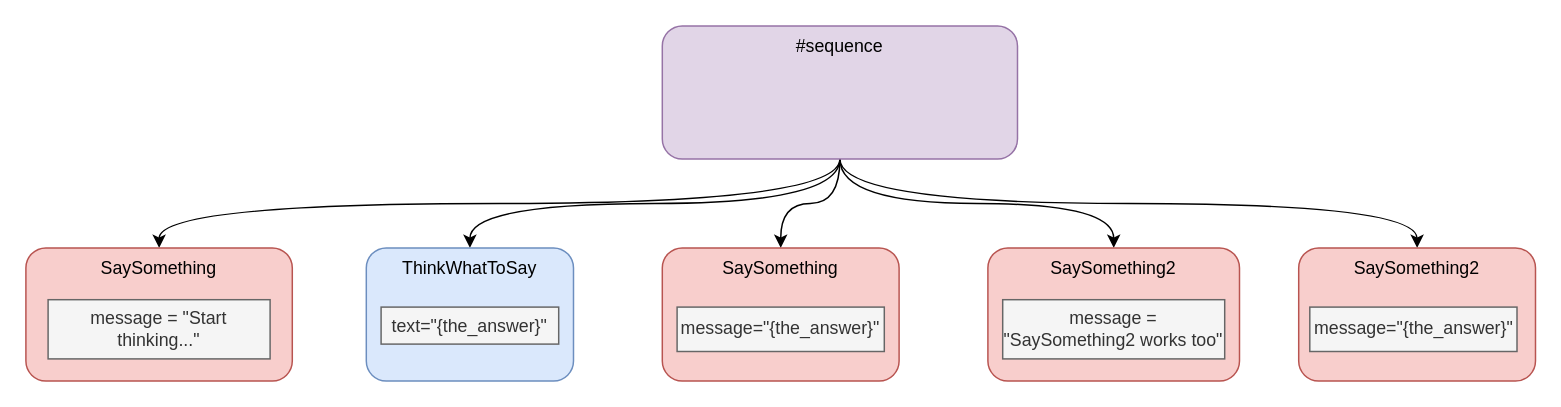
Earlier version of the draw.io diagram tree.drawio (guitarvydas/behavior_tree_to_cpp). Source tidied: cells renumbered, new cells numbered last; positions are measured from the earlier drawing's top-left corner, leaving out a move shared by most shapes. Both pictures are drawn from the tidied source at 148%, with x=0, y=0 at pixel (25, 25).
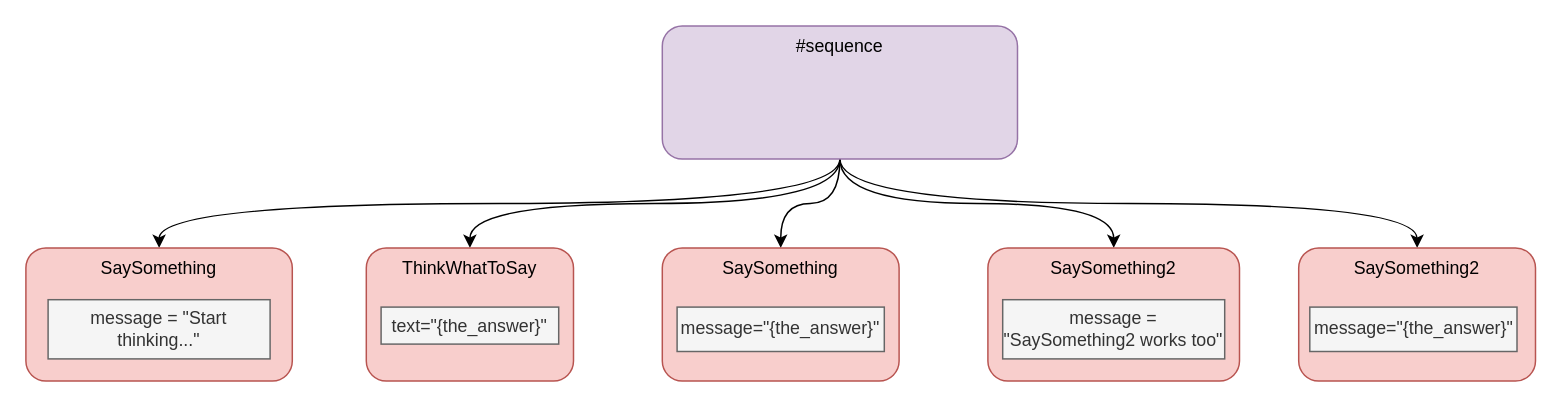
The same diagram, later.

Diff of the diagram source:
```diff
@@
 <mxGraphModel>
   <root>
     <mxCell id="0" />
     <mxCell id="1" parent="0" />
     <mxCell id="2" style="edgeStyle=orthogonalEdgeStyle;jettySize=auto;html=1;exitX=0.5;exitY=1;exitDx=0;exitDy=0;verticalAlign=top;curved=1;" parent="1" edge="1" source="7" target="8">
       <mxGeometry relative="1" as="geometry" />
     </mxCell>
     <mxCell id="3" style="edgeStyle=orthogonalEdgeStyle;jettySize=auto;html=1;exitX=0.5;exitY=1;exitDx=0;exitDy=0;curved=1;verticalAlign=top;" parent="1" edge="1" source="7" target="11">
       <mxGeometry relative="1" as="geometry" />
     </mxCell>
     <mxCell id="4" style="edgeStyle=orthogonalEdgeStyle;curved=1;jettySize=auto;html=1;exitX=0.5;exitY=1;exitDx=0;exitDy=0;entryX=0.5;entryY=0;entryDx=0;entryDy=0;verticalAlign=top;" parent="1" edge="1" source="7" target="12">
       <mxGeometry relative="1" as="geometry" />
     </mxCell>
     <mxCell id="5" style="edgeStyle=orthogonalEdgeStyle;curved=1;jettySize=auto;html=1;exitX=0.5;exitY=1;exitDx=0;exitDy=0;entryX=0.5;entryY=0;entryDx=0;entryDy=0;verticalAlign=top;" parent="1" edge="1" source="7" target="9">
       <mxGeometry relative="1" as="geometry" />
     </mxCell>
     <mxCell id="6" style="edgeStyle=orthogonalEdgeStyle;curved=1;jettySize=auto;html=1;exitX=0.5;exitY=1;exitDx=0;exitDy=0;entryX=0.5;entryY=0;entryDx=0;entryDy=0;verticalAlign=top;" parent="1" edge="1" source="7" target="10">
       <mxGeometry relative="1" as="geometry" />
     </mxCell>
     <mxCell id="7" value="#sequence" style="rounded=1;whiteSpace=wrap;html=1;verticalAlign=top;fillColor=#e1d5e7;strokeColor=#9673a6;" parent="1" vertex="1">
       <mxGeometry x="430" width="240" height="90" as="geometry" />
     </mxCell>
     <mxCell id="8" value="SaySomething" style="rounded=1;whiteSpace=wrap;html=1;verticalAlign=top;fillColor=#f8cecc;strokeColor=#b85450;" parent="1" vertex="1">
       <mxGeometry x="430" y="150" width="160" height="90" as="geometry" />
     </mxCell>
     <mxCell id="9" value="SaySomething2" style="rounded=1;whiteSpace=wrap;html=1;verticalAlign=top;fillColor=#f8cecc;strokeColor=#b85450;" parent="1" vertex="1">
       <mxGeometry x="650" y="150" width="170" height="90" as="geometry" />
     </mxCell>
     <mxCell id="10" value="SaySomething2" style="rounded=1;whiteSpace=wrap;html=1;verticalAlign=top;fillColor=#f8cecc;strokeColor=#b85450;" parent="1" vertex="1">
       <mxGeometry x="860" y="150" width="160" height="90" as="geometry" />
     </mxCell>
-    <mxCell id="11" value="ThinkWhatToSay" style="rounded=1;whiteSpace=wrap;html=1;verticalAlign=top;fillColor=#dae8fc;strokeColor=#6c8ebf;" parent="1" vertex="1">
+    <mxCell id="11" value="ThinkWhatToSay" style="rounded=1;whiteSpace=wrap;html=1;verticalAlign=top;fillColor=#f8cecc;strokeColor=#b85450;" parent="1" vertex="1">
       <mxGeometry x="230" y="150" width="140" height="90" as="geometry" />
     </mxCell>
     <mxCell id="12" value="SaySomething" style="rounded=1;whiteSpace=wrap;html=1;verticalAlign=top;fillColor=#f8cecc;strokeColor=#b85450;" parent="1" vertex="1">
       <mxGeometry y="150" width="180" height="90" as="geometry" />
     </mxCell>
     <mxCell id="13" value="message = &quot;SaySomething2 works too&quot;" style="rounded=0;whiteSpace=wrap;html=1;fillColor=#f5f5f5;strokeColor=#666666;fontColor=#333333;" parent="1" vertex="1">
       <mxGeometry x="660" y="185" width="150" height="40" as="geometry" />
     </mxCell>
     <mxCell id="14" value="text=&quot;{the_answer}&quot;" style="rounded=0;whiteSpace=wrap;html=1;fillColor=#f5f5f5;strokeColor=#666666;fontColor=#333333;" parent="1" vertex="1">
       <mxGeometry x="240" y="190" width="120" height="25" as="geometry" />
     </mxCell>
     <mxCell id="15" value="message=&quot;{the_answer}&quot;" style="rounded=0;whiteSpace=wrap;html=1;fillColor=#f5f5f5;strokeColor=#666666;fontColor=#333333;" parent="1" vertex="1">
       <mxGeometry x="440" y="190" width="140" height="30" as="geometry" />
     </mxCell>
     <mxCell id="16" value="message=&quot;{the_answer}&quot;" style="rounded=0;whiteSpace=wrap;html=1;fillColor=#f5f5f5;strokeColor=#666666;fontColor=#333333;" parent="1" vertex="1">
       <mxGeometry x="867.5" y="190" width="140" height="30" as="geometry" />
     </mxCell>
     <mxCell id="17" value="message = &quot;Start thinking...&quot;" style="rounded=0;whiteSpace=wrap;html=1;fillColor=#f5f5f5;strokeColor=#666666;fontColor=#333333;" parent="1" vertex="1">
       <mxGeometry x="15" y="185" width="150" height="40" as="geometry" />
     </mxCell>
   </root>
 </mxGraphModel>
```
